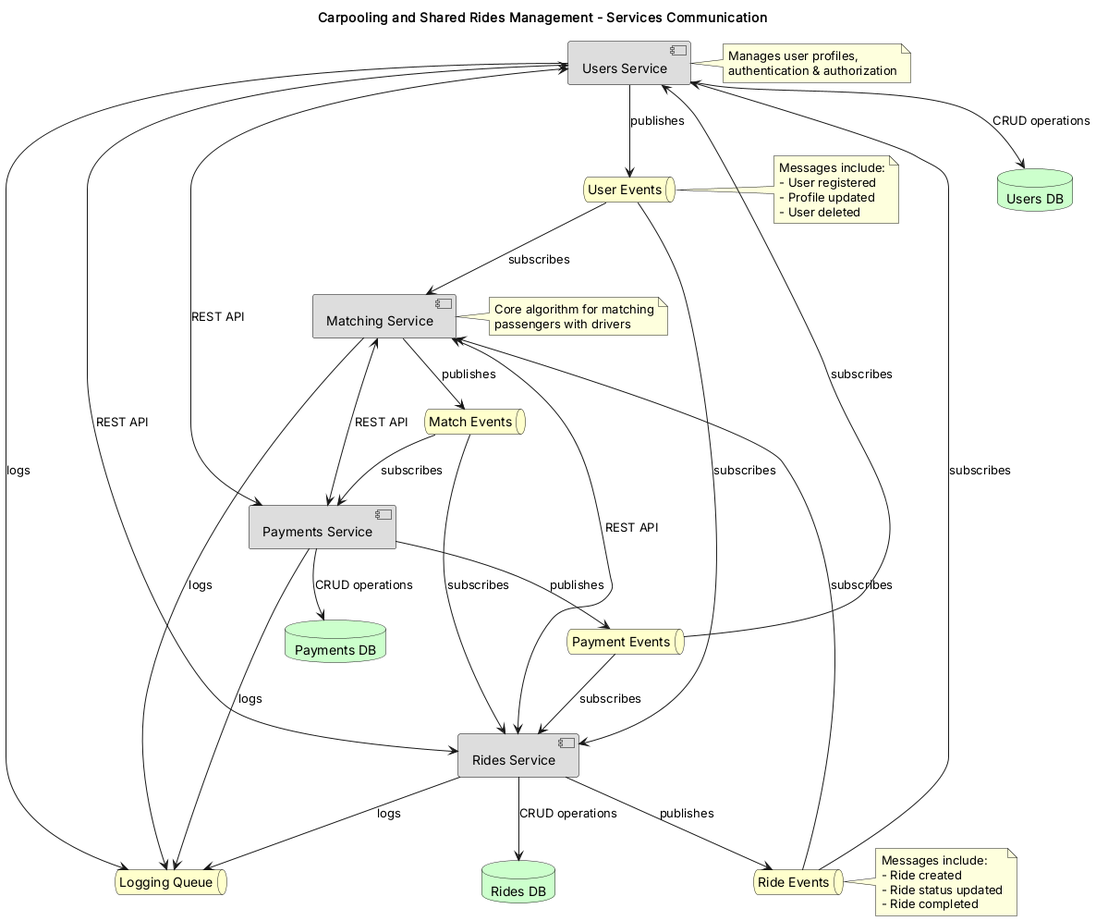
Above: docs/diagrams/rendered/Services Communication.png in qweered/cloud-project (PlantUML), before the change. The source it was exported from:
```plantuml
@startuml Services Communication

title Carpooling and Shared Rides Management - Services Communication

!define RECTANGLE_COLOR #DDDDDD
!define QUEUE_COLOR #FFFFCC
!define DATABASE_COLOR #CCFFCC

skinparam component {
  BackgroundColor RECTANGLE_COLOR
  BorderColor Black
}

skinparam database {
  BackgroundColor DATABASE_COLOR
}

skinparam queue {
  BackgroundColor QUEUE_COLOR
}

component "Users Service" as UsersService
component "Rides Service" as RidesService
component "Matching Service" as MatchingService
component "Payments Service" as PaymentsService

database "Users DB" as UsersDB
database "Rides DB" as RidesDB
database "Payments DB" as PaymentsDB

queue "User Events" as UserEvents
queue "Ride Events" as RideEvents
queue "Match Events" as MatchEvents
queue "Payment Events" as PaymentEvents
queue "Logging Queue" as LogQueue

UsersService --> UsersDB : CRUD operations
RidesService --> RidesDB : CRUD operations
PaymentsService --> PaymentsDB : CRUD operations

UsersService <--> RidesService : REST API
UsersService <--> PaymentsService : REST API
RidesService <--> MatchingService : REST API
MatchingService <--> PaymentsService : REST API

UsersService --> UserEvents : publishes
RidesService --> RideEvents : publishes
MatchingService --> MatchEvents : publishes
PaymentsService --> PaymentEvents : publishes

UserEvents --> RidesService : subscribes
UserEvents --> MatchingService : subscribes
RideEvents --> MatchingService : subscribes
RideEvents --> UsersService : subscribes
MatchEvents --> RidesService : subscribes
MatchEvents --> PaymentsService : subscribes
PaymentEvents --> UsersService : subscribes
PaymentEvents --> RidesService : subscribes

UsersService --> LogQueue : logs
RidesService --> LogQueue : logs
MatchingService --> LogQueue : logs
PaymentsService --> LogQueue : logs

note right of UsersService
  Manages user profiles,
  authentication & authorization
end note

note right of MatchingService
  Core algorithm for matching
  passengers with drivers
end note

note right of UserEvents
  Messages include:
  - User registered
  - Profile updated
  - User deleted
end note

note right of RideEvents
  Messages include:
  - Ride created
  - Ride status updated
  - Ride completed
end note

@enduml
```
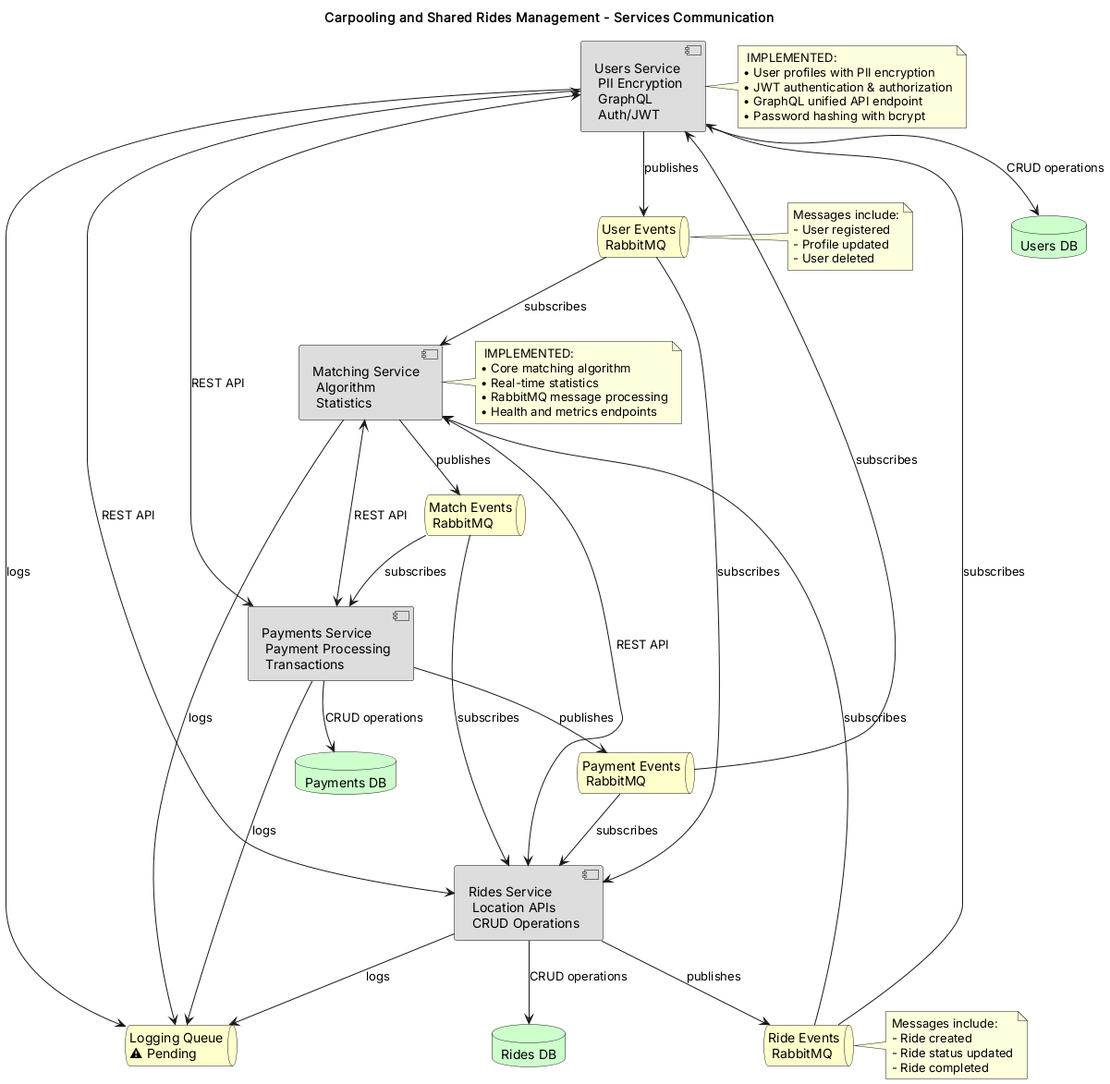
The same diagram one commit later.

The edit, as a diff of the source:
```diff
@@ -19,20 +19,20 @@
   BackgroundColor QUEUE_COLOR
 }
 
-component "Users Service" as UsersService
-component "Rides Service" as RidesService
-component "Matching Service" as MatchingService
-component "Payments Service" as PaymentsService
+component "Users Service\n✅ PII Encryption\n✅ GraphQL\n✅ Auth/JWT" as UsersService
+component "Rides Service\n✅ Location APIs\n✅ CRUD Operations" as RidesService
+component "Matching Service\n✅ Algorithm\n✅ Statistics" as MatchingService
+component "Payments Service\n✅ Payment Processing\n✅ Transactions" as PaymentsService
 
 database "Users DB" as UsersDB
 database "Rides DB" as RidesDB
 database "Payments DB" as PaymentsDB
 
-queue "User Events" as UserEvents
-queue "Ride Events" as RideEvents
-queue "Match Events" as MatchEvents
-queue "Payment Events" as PaymentEvents
-queue "Logging Queue" as LogQueue
+queue "User Events\n✅ RabbitMQ" as UserEvents
+queue "Ride Events\n✅ RabbitMQ" as RideEvents
+queue "Match Events\n✅ RabbitMQ" as MatchEvents
+queue "Payment Events\n✅ RabbitMQ" as PaymentEvents
+queue "Logging Queue\n⚠️ Pending" as LogQueue
 
 UsersService --> UsersDB : CRUD operations
 RidesService --> RidesDB : CRUD operations
@@ -63,13 +63,19 @@
 PaymentsService --> LogQueue : logs
 
 note right of UsersService
-  Manages user profiles,
-  authentication & authorization
+  ✅ IMPLEMENTED:
+  • User profiles with PII encryption
+  • JWT authentication & authorization
+  • GraphQL unified API endpoint
+  • Password hashing with bcrypt
 end note
 
 note right of MatchingService
-  Core algorithm for matching
-  passengers with drivers
+  ✅ IMPLEMENTED:
+  • Core matching algorithm
+  • Real-time statistics
+  • RabbitMQ message processing
+  • Health and metrics endpoints
 end note
 
 note right of UserEvents
```
